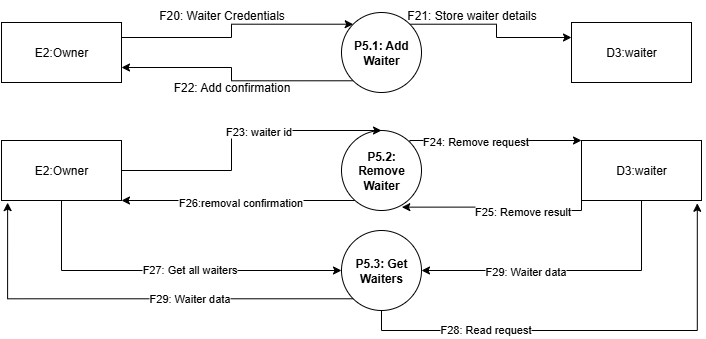
Above: Diagrams/DFD1.2Waiter_Handler.drawio.png in EyasSh/Resturant (draw.io), before the change. Source tidied: cells renumbered, new cells last; positions are measured from the earlier drawing's top-left corner, leaving out a move shared by most shapes.
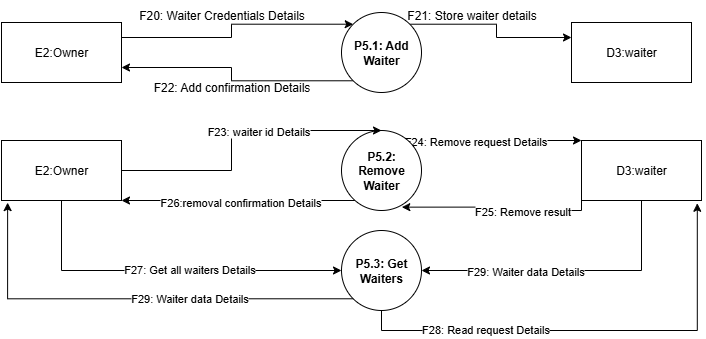
After the commit.

What changed in the source:
```diff
@@ -20,14 +20,14 @@
     <mxCell id="7" value="&lt;strong&gt;P5.1: Add Waiter&lt;/strong&gt;" style="ellipse;whiteSpace=wrap;html=1;" parent="1" vertex="1">
       <mxGeometry x="340" y="12" width="80" height="80" as="geometry" />
     </mxCell>
-    <mxCell id="8" value="F20: Waiter Credentials" style="text;html=1;align=center;verticalAlign=middle;strokeColor=none;fillColor=none;" parent="1" vertex="1">
-      <mxGeometry x="145" width="150" height="30" as="geometry" />
+    <mxCell id="8" value="F20: Waiter Credentials&amp;nbsp;Details" style="text;html=1;align=center;verticalAlign=middle;strokeColor=none;fillColor=none;" parent="1" vertex="1">
+      <mxGeometry x="125" width="190" height="30" as="geometry" />
     </mxCell>
     <mxCell id="9" value="F21: Store waiter details" style="text;html=1;align=center;verticalAlign=middle;strokeColor=none;fillColor=none;" parent="1" vertex="1">
       <mxGeometry x="395" width="150" height="30" as="geometry" />
     </mxCell>
-    <mxCell id="10" value="F22: Add confirmation" style="text;html=1;align=center;verticalAlign=middle;strokeColor=none;fillColor=none;" parent="1" vertex="1">
-      <mxGeometry x="160" y="72" width="140" height="30" as="geometry" />
+    <mxCell id="10" value="F22: Add confirmation&amp;nbsp;Details" style="text;html=1;align=center;verticalAlign=middle;strokeColor=none;fillColor=none;" parent="1" vertex="1">
+      <mxGeometry x="140" y="72" width="180" height="30" as="geometry" />
     </mxCell>
     <mxCell id="11" style="edgeStyle=orthogonalEdgeStyle;rounded=0;jettySize=auto;html=1;entryX=0;entryY=0;entryDx=0;entryDy=0;exitX=1;exitY=0;exitDx=0;exitDy=0;" parent="1" edge="1" source="15" target="24">
       <mxGeometry relative="1" as="geometry">
@@ -36,7 +36,7 @@
         </Array>
       </mxGeometry>
     </mxCell>
-    <mxCell id="12" value="F24: Remove request" style="edgeLabel;html=1;align=center;verticalAlign=middle;" parent="11" vertex="1">
+    <mxCell id="12" value="F24: Remove request&amp;nbsp;Details" style="edgeLabel;html=1;align=center;verticalAlign=middle;" parent="11" vertex="1">
       <mxGeometry x="-0.23" relative="1" as="geometry" />
     </mxCell>
     <mxCell id="13" style="edgeStyle=orthogonalEdgeStyle;rounded=0;jettySize=auto;html=1;entryX=1;entryY=1;entryDx=0;entryDy=0;" parent="1" edge="1" source="15" target="21">
@@ -47,7 +47,7 @@
         </Array>
       </mxGeometry>
     </mxCell>
-    <mxCell id="14" value="F26:removal confirmation" style="edgeLabel;html=1;align=center;verticalAlign=middle;" parent="13" vertex="1">
+    <mxCell id="14" value="F26:removal confirmation&amp;nbsp;Details" style="edgeLabel;html=1;align=center;verticalAlign=middle;" parent="13" vertex="1">
       <mxGeometry x="-0.01" y="1" relative="1" as="geometry" />
     </mxCell>
     <mxCell id="15" value="&lt;strong&gt;P5.2: Remove Waiter&lt;/strong&gt;" style="ellipse;whiteSpace=wrap;html=1;" parent="1" vertex="1">
@@ -64,13 +64,13 @@
         </Array>
       </mxGeometry>
     </mxCell>
-    <mxCell id="18" value="F23: waiter id" style="edgeLabel;html=1;align=center;verticalAlign=middle;" parent="17" vertex="1">
+    <mxCell id="18" value="F23: waiter id&amp;nbsp;Details" style="edgeLabel;html=1;align=center;verticalAlign=middle;" parent="17" vertex="1">
       <mxGeometry x="0.17" relative="1" as="geometry" />
     </mxCell>
     <mxCell id="19" style="edgeStyle=orthogonalEdgeStyle;rounded=0;jettySize=auto;html=1;entryX=0;entryY=0.5;entryDx=0;entryDy=0;exitX=0.5;exitY=1;exitDx=0;exitDy=0;" parent="1" edge="1" source="21" target="16">
       <mxGeometry relative="1" as="geometry" />
     </mxCell>
-    <mxCell id="20" value="F27: Get all waiters" style="edgeLabel;html=1;align=center;verticalAlign=middle;" parent="19" vertex="1">
+    <mxCell id="20" value="F27: Get all waiters&amp;nbsp;Details" style="edgeLabel;html=1;align=center;verticalAlign=middle;" parent="19" vertex="1">
       <mxGeometry x="0.12" y="2" relative="1" as="geometry" />
     </mxCell>
     <mxCell id="21" value="E2:Owner " style="rounded=0;whiteSpace=wrap;html=1;" parent="1" vertex="1">
@@ -79,7 +79,7 @@
     <mxCell id="22" style="edgeStyle=orthogonalEdgeStyle;rounded=0;jettySize=auto;html=1;entryX=1;entryY=0.5;entryDx=0;entryDy=0;exitX=0.5;exitY=1;exitDx=0;exitDy=0;" parent="1" edge="1" source="24" target="16">
       <mxGeometry relative="1" as="geometry" />
     </mxCell>
-    <mxCell id="23" value="F29: Waiter data" style="edgeLabel;html=1;align=center;verticalAlign=middle;" parent="22" vertex="1">
+    <mxCell id="23" value="F29: Waiter data&amp;nbsp;Details" style="edgeLabel;html=1;align=center;verticalAlign=middle;" parent="22" vertex="1">
       <mxGeometry x="0.29" relative="1" as="geometry" />
     </mxCell>
     <mxCell id="24" value="D3:waiter" style="rounded=0;whiteSpace=wrap;html=1;" parent="1" vertex="1">
@@ -100,13 +100,13 @@
     <mxCell id="27" style="edgeStyle=orthogonalEdgeStyle;rounded=0;jettySize=auto;html=1;entryX=0.965;entryY=1.046;entryDx=0;entryDy=0;entryPerimeter=0;exitX=0.5;exitY=1;exitDx=0;exitDy=0;" parent="1" edge="1" source="16" target="24">
       <mxGeometry relative="1" as="geometry" />
     </mxCell>
-    <mxCell id="28" value="F28: Read request" style="edgeLabel;html=1;align=center;verticalAlign=middle;" parent="27" vertex="1">
+    <mxCell id="28" value="F28: Read request&amp;nbsp;Details" style="edgeLabel;html=1;align=center;verticalAlign=middle;" parent="27" vertex="1">
       <mxGeometry x="-0.47" y="2" relative="1" as="geometry" />
     </mxCell>
     <mxCell id="29" style="edgeStyle=orthogonalEdgeStyle;rounded=0;jettySize=auto;html=1;entryX=0.051;entryY=1.035;entryDx=0;entryDy=0;entryPerimeter=0;exitX=0;exitY=1;exitDx=0;exitDy=0;" parent="1" edge="1" source="16" target="21">
       <mxGeometry relative="1" as="geometry" />
     </mxCell>
-    <mxCell id="30" value="F29: Waiter data" style="edgeLabel;html=1;align=center;verticalAlign=middle;" parent="29" vertex="1">
+    <mxCell id="30" value="F29: Waiter data&amp;nbsp;Details" style="edgeLabel;html=1;align=center;verticalAlign=middle;" parent="29" vertex="1">
       <mxGeometry x="-0.26" y="-1" relative="1" as="geometry" />
     </mxCell>
   </root>
```
